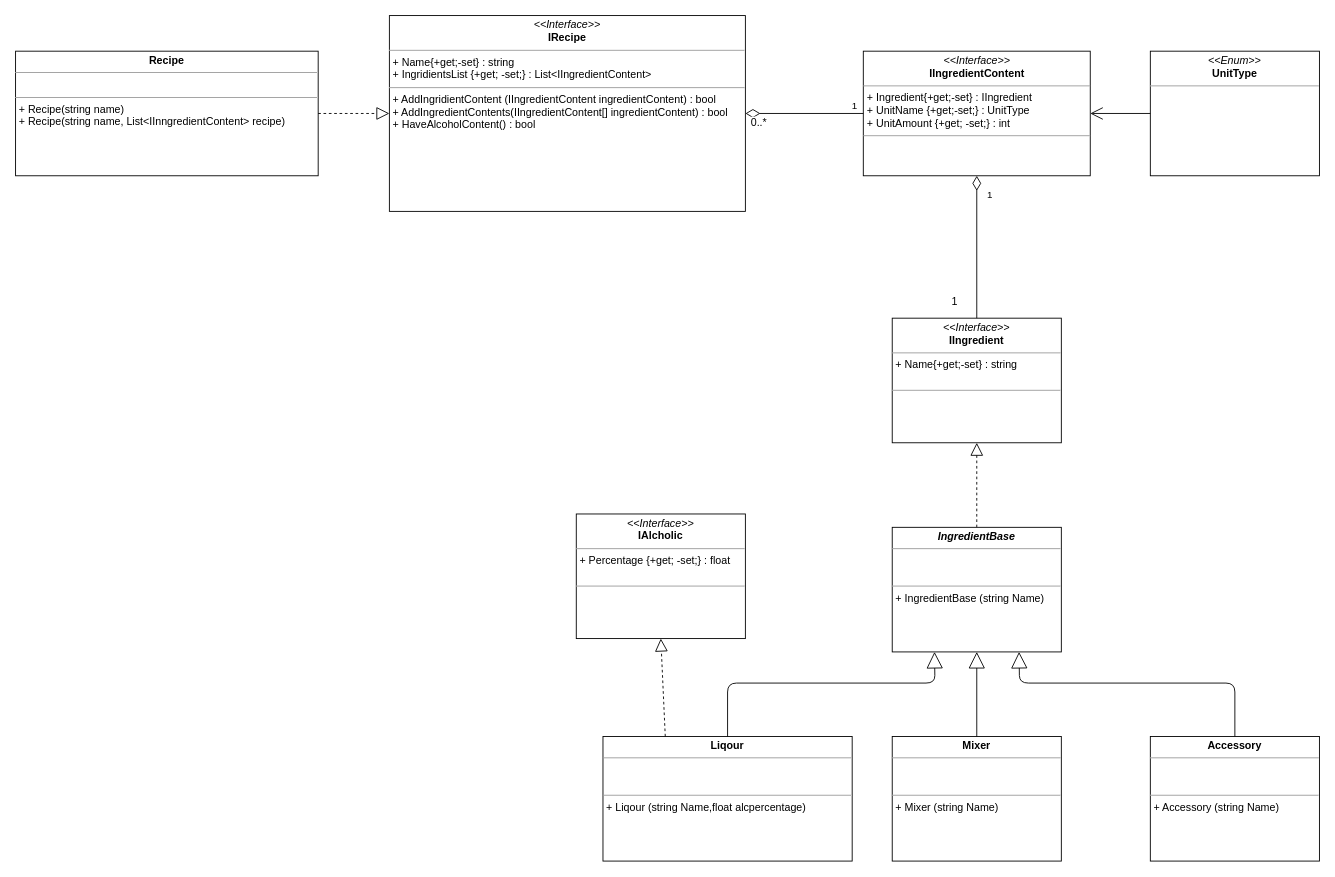
Before: page "Page-1" (1 of 2) of CocktailDiagram.drawio in mart610k/EFAnalisys, a draw.io diagram. Source tidied: cells renumbered, new cells numbered last; positions are measured from the earlier drawing's top-left corner, leaving out a move shared by most shapes. Both pictures are drawn from the tidied source at 89%, with x=0, y=0 at pixel (15, 15).
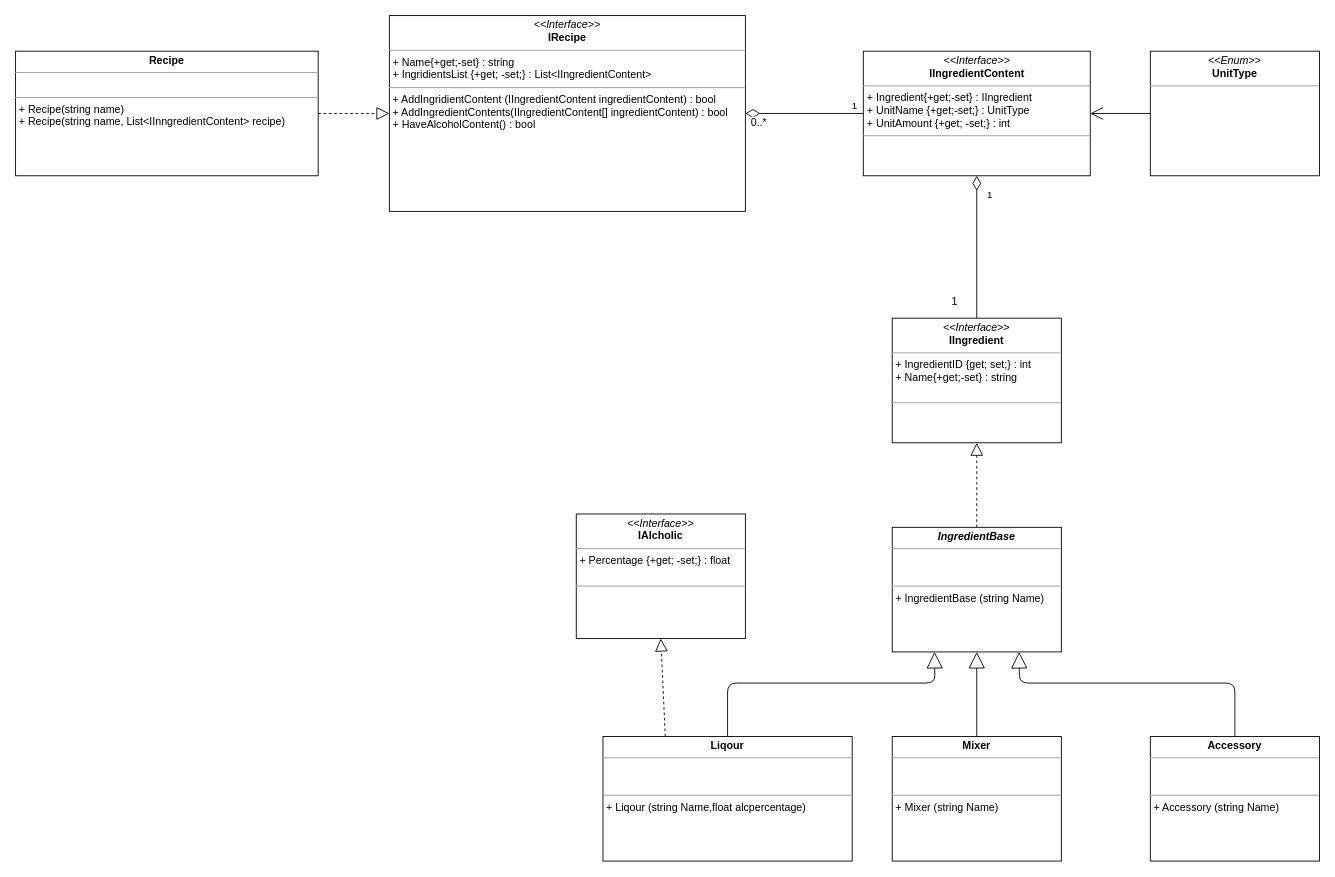
Above is the later version.

The edit, as a diff of the source:
```diff
@@
-    <mxCell id="6" value="&lt;p style=&quot;margin: 0px ; margin-top: 4px ; text-align: center&quot;&gt;&lt;i&gt;&amp;lt;&amp;lt;Interface&amp;gt;&amp;gt;&lt;/i&gt;&lt;br&gt;&lt;b&gt;IIngredient&lt;/b&gt;&lt;/p&gt;&lt;hr size=&quot;1&quot;&gt;&lt;p style=&quot;margin: 0px ; margin-left: 4px&quot;&gt;+ Name{+get;-set} : string&lt;/p&gt;&lt;p style=&quot;margin: 0px ; margin-left: 4px&quot;&gt;&lt;br&gt;&lt;/p&gt;&lt;hr size=&quot;1&quot;&gt;&lt;p style=&quot;margin: 0px ; margin-left: 4px&quot;&gt;&lt;br&gt;&lt;/p&gt;" style="verticalAlign=top;align=left;overflow=fill;fontSize=12;fontFamily=Helvetica;html=1;" parent="1" vertex="1">
+    <mxCell id="6" value="&lt;p style=&quot;margin: 0px ; margin-top: 4px ; text-align: center&quot;&gt;&lt;i&gt;&amp;lt;&amp;lt;Interface&amp;gt;&amp;gt;&lt;/i&gt;&lt;br&gt;&lt;b&gt;IIngredient&lt;/b&gt;&lt;/p&gt;&lt;hr size=&quot;1&quot;&gt;&lt;p style=&quot;margin: 0px ; margin-left: 4px&quot;&gt;+ IngredientID {get; set;} : int&lt;br&gt;+ Name{+get;-set} : string&lt;/p&gt;&lt;p style=&quot;margin: 0px ; margin-left: 4px&quot;&gt;&lt;br&gt;&lt;/p&gt;&lt;hr size=&quot;1&quot;&gt;&lt;p style=&quot;margin: 0px ; margin-left: 4px&quot;&gt;&lt;br&gt;&lt;/p&gt;" style="verticalAlign=top;align=left;overflow=fill;fontSize=12;fontFamily=Helvetica;html=1;" parent="1" vertex="1">
       <mxGeometry x="985" y="340" width="190" height="140" as="geometry" />
     </mxCell>
```
